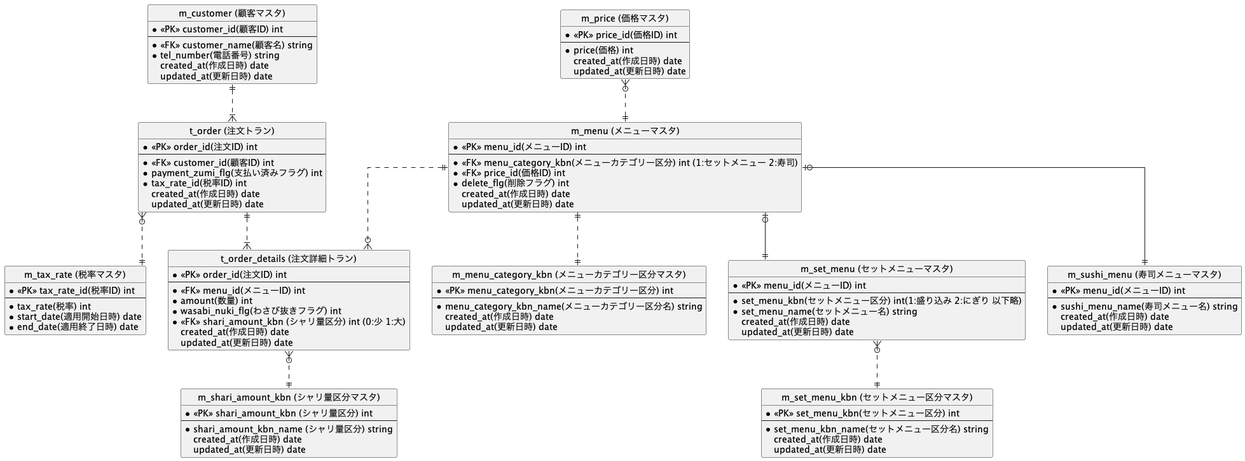
Above: 3EoeIxdSDCwWFR/DB/01_modeling/out/erd/test.png in praha-inc/praha-challenge-7 (PlantUML), before the change. Source of this version:
```plantuml
@startuml test
hide circle
skinparam linetype ortho

entity "m_menu (メニューマスタ)" as m_menu {
     * <<PK>> menu_id(メニューID) int
     --
     * <<FK>> menu_category_kbn(メニューカテゴリー区分) int (1:セットメニュー 2:寿司)
     * <<FK>> price_id(価格ID) int
     * delete_flg(削除フラグ) int
     created_at(作成日時) date
     updated_at(更新日時) date
 }

 entity "m_menu_category_kbn (メニューカテゴリー区分マスタ)" as m_menu_category_kbn {
     * <<PK>> menu_category_kbn(メニューカテゴリー区分) int
     --
     * menu_category_kbn_name(メニューカテゴリー区分名) string
     created_at(作成日時) date
     updated_at(更新日時) date
 }

 entity "m_set_menu (セットメニューマスタ)" as m_set_menu {
     * <<PK>> menu_id(メニューID) int
     --
     * set_menu_kbn(セットメニュー区分) int(1:盛り込み 2:にぎり 以下略)
     * set_menu_name(セットメニュー名) string
     created_at(作成日時) date
     updated_at(更新日時) date
 }

 entity "m_set_menu_kbn (セットメニュー区分マスタ)" as m_set_menu_kbn {
     * <<PK>> set_menu_kbn(セットメニュー区分) int
     --
     * set_menu_kbn_name(セットメニュー区分名) string
     created_at(作成日時) date
     updated_at(更新日時) date
 }

 entity "m_sushi_menu (寿司メニューマスタ)" as m_sushi_menu {
     * <<PK>> menu_id(メニューID) int
     --
     * sushi_menu_name(寿司メニュー名) string
     created_at(作成日時) date
     updated_at(更新日時) date
 }

 entity "m_price (価格マスタ)" as m_price {
     * <<PK>> price_id(価格ID) int
     --
     * price(価格) int
     created_at(作成日時) date
     updated_at(更新日時) date
 }

entity "m_customer (顧客マスタ)" as m_customer {
     * <<PK>> customer_id(顧客ID) int
     --
     * <<FK>> customer_name(顧客名) string
     * tel_number(電話番号) string
     created_at(作成日時) date
     updated_at(更新日時) date
 }

entity "t_order (注文トラン)" as t_order {
     * <<PK>> order_id(注文ID) int
     --
     * <<FK>> customer_id(顧客ID) int
     * payment_zumi_flg(支払い済みフラグ) int
     * tax_rate_id(税率ID) int
     created_at(作成日時) date
     updated_at(更新日時) date
 }

entity "t_order_details (注文詳細トラン)" as t_order_details {
     * <<PK>> order_id(注文ID) int
     --
     * <<FK>> menu_id(メニューID) int
     * amount(数量) int
     * wasabi_nuki_flg(わさび抜きフラグ) int
     * <<FK>> shari_amount_kbn (シャリ量区分) int (0:少 1:大)
     created_at(作成日時) date
     updated_at(更新日時) date
 }

entity "m_shari_amount_kbn (シャリ量区分マスタ)" as m_shari_amount_kbn {
     * <<PK>> shari_amount_kbn (シャリ量区分) int
     --
     * shari_amount_kbn_name (シャリ量区分) string
     created_at(作成日時) date
     updated_at(更新日時) date
 }

entity "m_tax_rate (税率マスタ)" as m_tax_rate {
     * <<PK>> tax_rate_id(税率ID) int
     --
     * tax_rate(税率) int
     * start_date(適用開始日時) date
     * end_date(適用終了日時) date
 }

 t_order ||..|{ t_order_details
 m_customer ||..|{ t_order
 m_menu ||..|| m_menu_category_kbn
 m_menu |o--|| m_set_menu
 m_menu |o--|| m_sushi_menu
 m_menu ||..o{ t_order_details
 m_set_menu }o..|| m_set_menu_kbn
 t_order }o..|| m_tax_rate
 m_price }o..|| m_menu
 t_order_details }o..|| m_shari_amount_kbn



@enduml
```
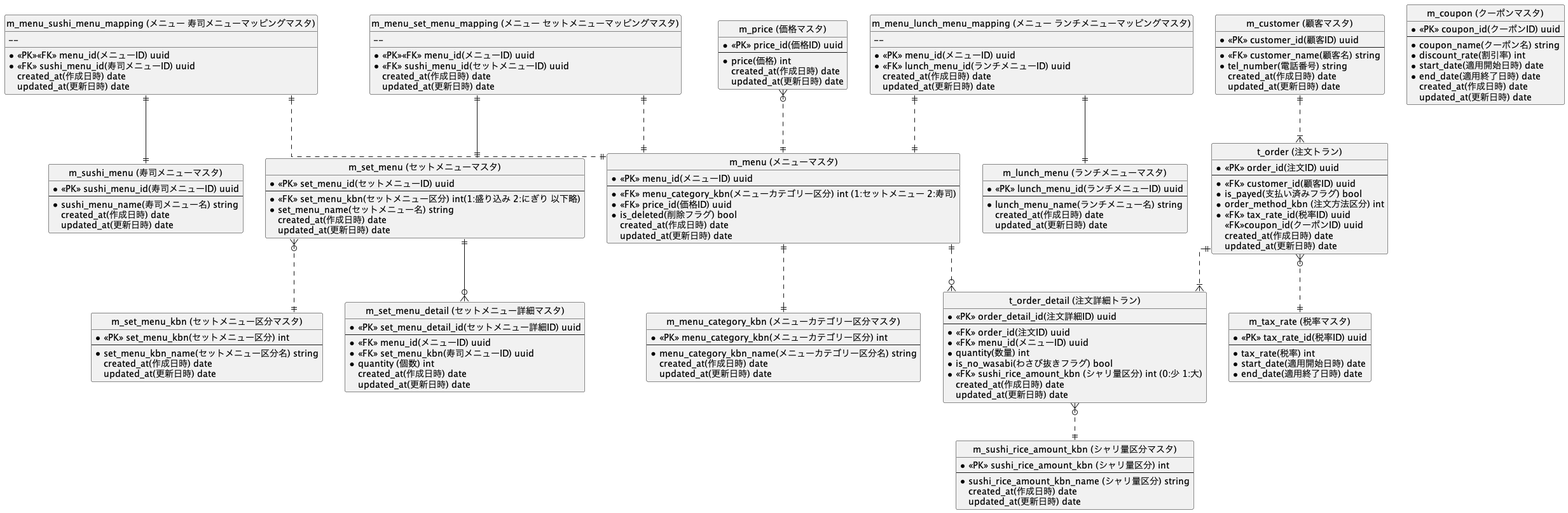
After the change.

Commit message:
reviewを踏まえてpngとreadme修正

The edit, as a diff of the source:
```diff
@@ -3,11 +3,11 @@
 skinparam linetype ortho
 
 entity "m_menu (メニューマスタ)" as m_menu {
-     * <<PK>> menu_id(メニューID) int
+     * <<PK>> menu_id(メニューID) uuid
      --
      * <<FK>> menu_category_kbn(メニューカテゴリー区分) int (1:セットメニュー 2:寿司)
-     * <<FK>> price_id(価格ID) int
-     * delete_flg(削除フラグ) int
+     * <<FK>> price_id(価格ID) uuid
+     * is_deleted(削除フラグ) bool
      created_at(作成日時) date
      updated_at(更新日時) date
  }
@@ -21,10 +21,20 @@
  }
 
  entity "m_set_menu (セットメニューマスタ)" as m_set_menu {
-     * <<PK>> menu_id(メニューID) int
+     * <<PK>> set_menu_id(セットメニューID) uuid
      --
-     * set_menu_kbn(セットメニュー区分) int(1:盛り込み 2:にぎり 以下略)
+     * <<FK>> set_menu_kbn(セットメニュー区分) int(1:盛り込み 2:にぎり 以下略)
      * set_menu_name(セットメニュー名) string
+     created_at(作成日時) date
+     updated_at(更新日時) date
+ }
+
+ entity "m_set_menu_detail (セットメニュー詳細マスタ)" as m_set_menu_detail {
+     * <<PK>> set_menu_detail_id(セットメニュー詳細ID) uuid
+     --
+     * <<FK>> menu_id(メニューID) uuid
+     * <<FK>> set_menu_kbn(寿司メニューID) uuid
+     * quantity (個数) int
      created_at(作成日時) date
      updated_at(更新日時) date
  }
@@ -37,16 +47,48 @@
      updated_at(更新日時) date
  }
 
+ entity "m_menu_sushi_menu_mapping (メニュー 寿司メニューマッピングマスタ)" as m_menu_sushi_menu_mapping {
+     * <<PK>><<FK>> menu_id(メニューID) uuid
+     --
+     * <<FK>> sushi_menu_id(寿司メニューID) uuid
+     created_at(作成日時) date
+     updated_at(更新日時) date
+ }
+
+ entity "m_menu_set_menu_mapping (メニュー セットメニューマッピングマスタ)" as m_menu_set_menu_mapping {
+     * <<PK>><<FK>> menu_id(メニューID) uuid
+     --
+     * <<FK>> sushi_menu_id(セットメニューID) uuid
+     created_at(作成日時) date
+     updated_at(更新日時) date
+ }
+
+ entity "m_menu_lunch_menu_mapping (メニュー ランチメニューマッピングマスタ)" as m_menu_lunch_menu_mapping {
+     * <<PK>> menu_id(メニューID) uuid
+     --
+     * <<FK>> lunch_menu_id(ランチメニューID) uuid
+     created_at(作成日時) date
+     updated_at(更新日時) date
+ }
+
  entity "m_sushi_menu (寿司メニューマスタ)" as m_sushi_menu {
-     * <<PK>> menu_id(メニューID) int
+     * <<PK>> sushi_menu_id(寿司メニューID) uuid
      --
      * sushi_menu_name(寿司メニュー名) string
      created_at(作成日時) date
      updated_at(更新日時) date
  }
 
+ entity "m_lunch_menu (ランチメニューマスタ)" as m_lunch_menu {
+     * <<PK>> lunch_menu_id(ランチメニューID) uuid
+     --
+     * lunch_menu_name(ランチメニュー名) string
+     created_at(作成日時) date
+     updated_at(更新日時) date
+ }
+
  entity "m_price (価格マスタ)" as m_price {
-     * <<PK>> price_id(価格ID) int
+     * <<PK>> price_id(価格ID) uuid
      --
      * price(価格) int
      created_at(作成日時) date
@@ -54,7 +96,7 @@
  }
 
 entity "m_customer (顧客マスタ)" as m_customer {
-     * <<PK>> customer_id(顧客ID) int
+     * <<PK>> customer_id(顧客ID) uuid
      --
      * <<FK>> customer_name(顧客名) string
      * tel_number(電話番号) string
@@ -63,52 +105,71 @@
  }
 
 entity "t_order (注文トラン)" as t_order {
-     * <<PK>> order_id(注文ID) int
+     * <<PK>> order_id(注文ID) uuid
      --
-     * <<FK>> customer_id(顧客ID) int
-     * payment_zumi_flg(支払い済みフラグ) int
-     * tax_rate_id(税率ID) int
+     * <<FK>> customer_id(顧客ID) uuid
+     * is_payed(支払い済みフラグ) bool
+     * order_method_kbn (注文方法区分) int
+     * <<FK>> tax_rate_id(税率ID) uuid
+     <<FK>>coupon_id(クーポンID) uuid
      created_at(作成日時) date
      updated_at(更新日時) date
  }
 
-entity "t_order_details (注文詳細トラン)" as t_order_details {
-     * <<PK>> order_id(注文ID) int
+ entity "m_coupon (クーポンマスタ)" as m_coupon {
+     * <<PK>> coupon_id(クーポンID) uuid
      --
-     * <<FK>> menu_id(メニューID) int
-     * amount(数量) int
-     * wasabi_nuki_flg(わさび抜きフラグ) int
-     * <<FK>> shari_amount_kbn (シャリ量区分) int (0:少 1:大)
+     * coupon_name(クーポン名) string
+     * discount_rate(割引率) int
+     * start_date(適用開始日時) date
+     * end_date(適用終了日時) date
      created_at(作成日時) date
      updated_at(更新日時) date
  }
 
-entity "m_shari_amount_kbn (シャリ量区分マスタ)" as m_shari_amount_kbn {
-     * <<PK>> shari_amount_kbn (シャリ量区分) int
+entity "t_order_detail (注文詳細トラン)" as t_order_detail {
+     * <<PK>> order_detail_id(注文詳細ID) uuid
      --
-     * shari_amount_kbn_name (シャリ量区分) string
+     * <<FK>> order_id(注文ID) uuid
+     * <<FK>> menu_id(メニューID) uuid
+     * quantity(数量) int
+     * is_no_wasabi(わさび抜きフラグ) bool
+     * <<FK>> sushi_rice_amount_kbn (シャリ量区分) int (0:少 1:大)
+     created_at(作成日時) date
+     updated_at(更新日時) date
+ }
+
+entity "m_sushi_rice_amount_kbn (シャリ量区分マスタ)" as m_sushi_rice_amount_kbn {
+     * <<PK>> sushi_rice_amount_kbn (シャリ量区分) int
+     --
+     * sushi_rice_amount_kbn_name (シャリ量区分) string
      created_at(作成日時) date
      updated_at(更新日時) date
  }
 
 entity "m_tax_rate (税率マスタ)" as m_tax_rate {
-     * <<PK>> tax_rate_id(税率ID) int
+     * <<PK>> tax_rate_id(税率ID) uuid
      --
      * tax_rate(税率) int
      * start_date(適用開始日時) date
      * end_date(適用終了日時) date
  }
 
- t_order ||..|{ t_order_details
+ t_order ||..|{ t_order_detail
  m_customer ||..|{ t_order
  m_menu ||..|| m_menu_category_kbn
- m_menu |o--|| m_set_menu
- m_menu |o--|| m_sushi_menu
- m_menu ||..o{ t_order_details
+ m_menu_set_menu_mapping ||--|| m_set_menu
+ m_menu_sushi_menu_mapping ||--|| m_sushi_menu
+ m_menu_lunch_menu_mapping ||--|| m_lunch_menu
+ m_menu ||..o{ t_order_detail
  m_set_menu }o..|| m_set_menu_kbn
  t_order }o..|| m_tax_rate
  m_price }o..|| m_menu
- t_order_details }o..|| m_shari_amount_kbn
+ t_order_detail }o..|| m_sushi_rice_amount_kbn
+ m_set_menu ||--o{ m_set_menu_detail
+ m_menu_sushi_menu_mapping ||..|| m_menu
+ m_menu_set_menu_mapping ||..|| m_menu
+ m_menu_lunch_menu_mapping ||..||m_menu
 
 
 
```
